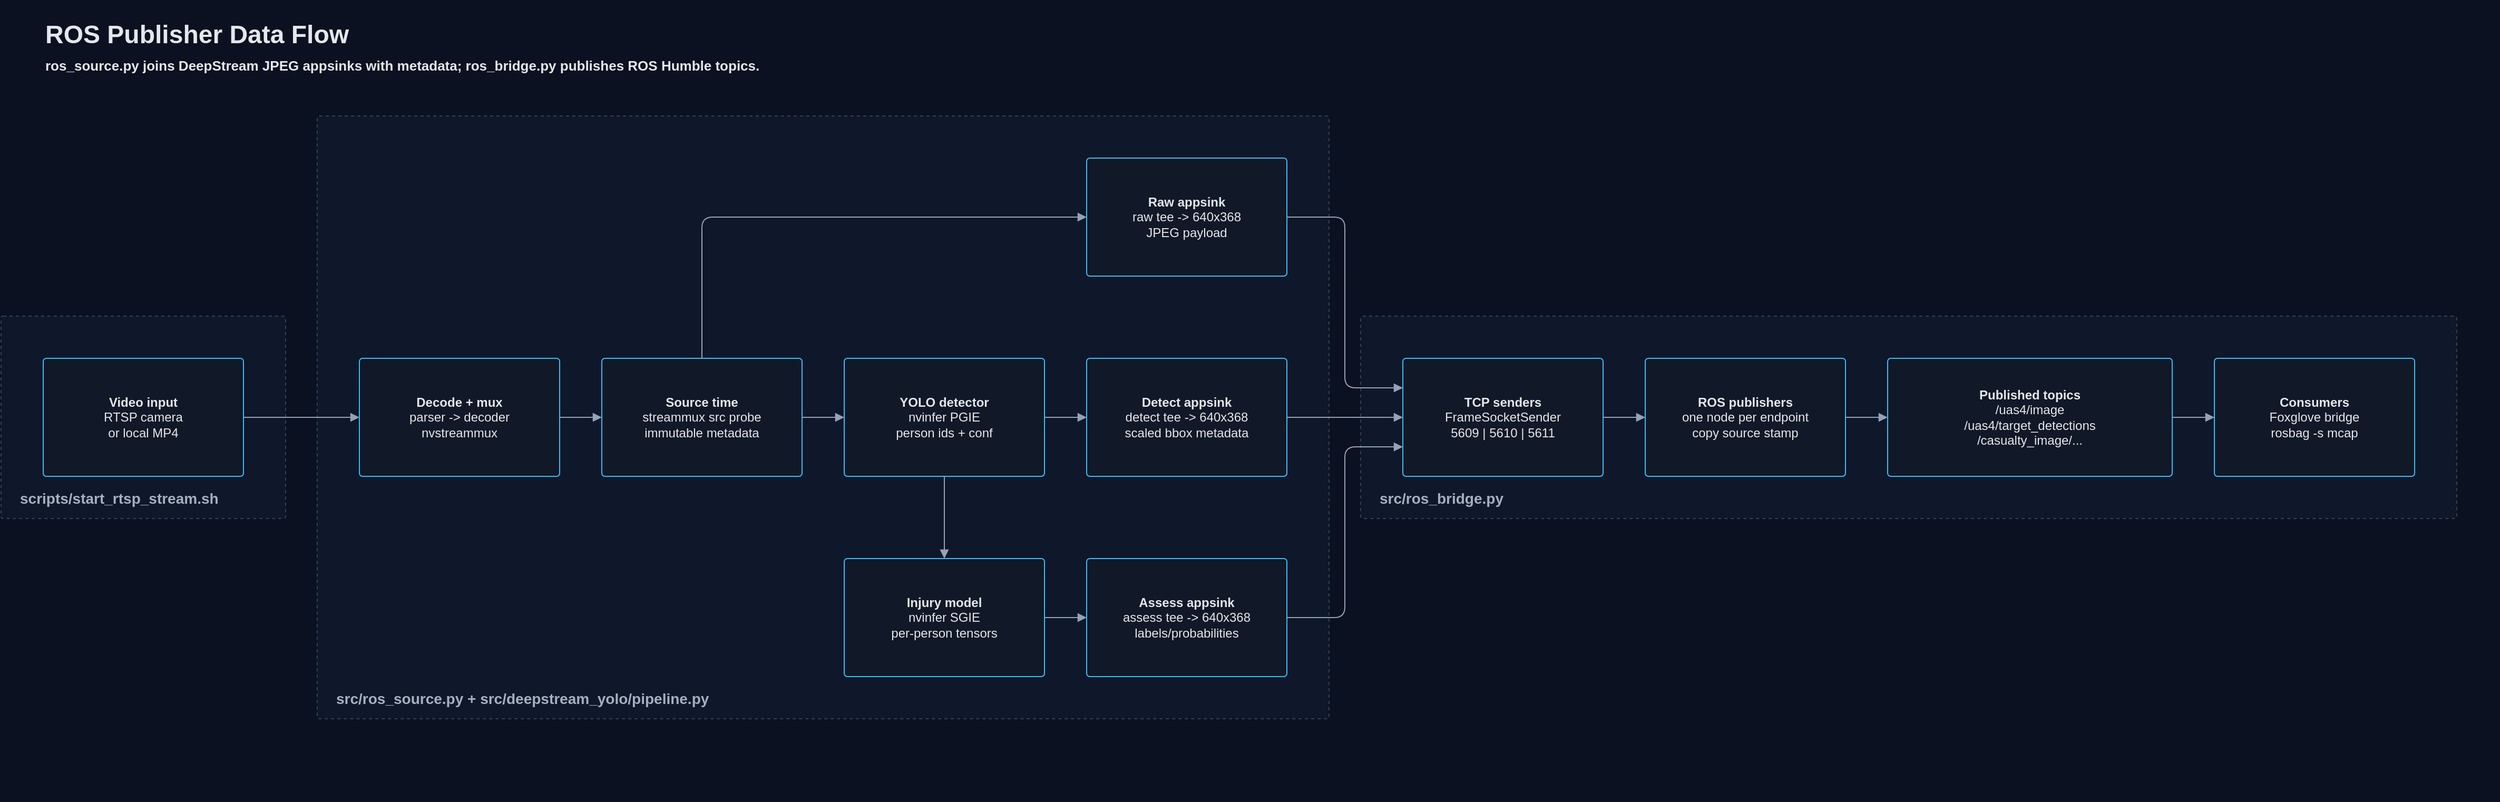
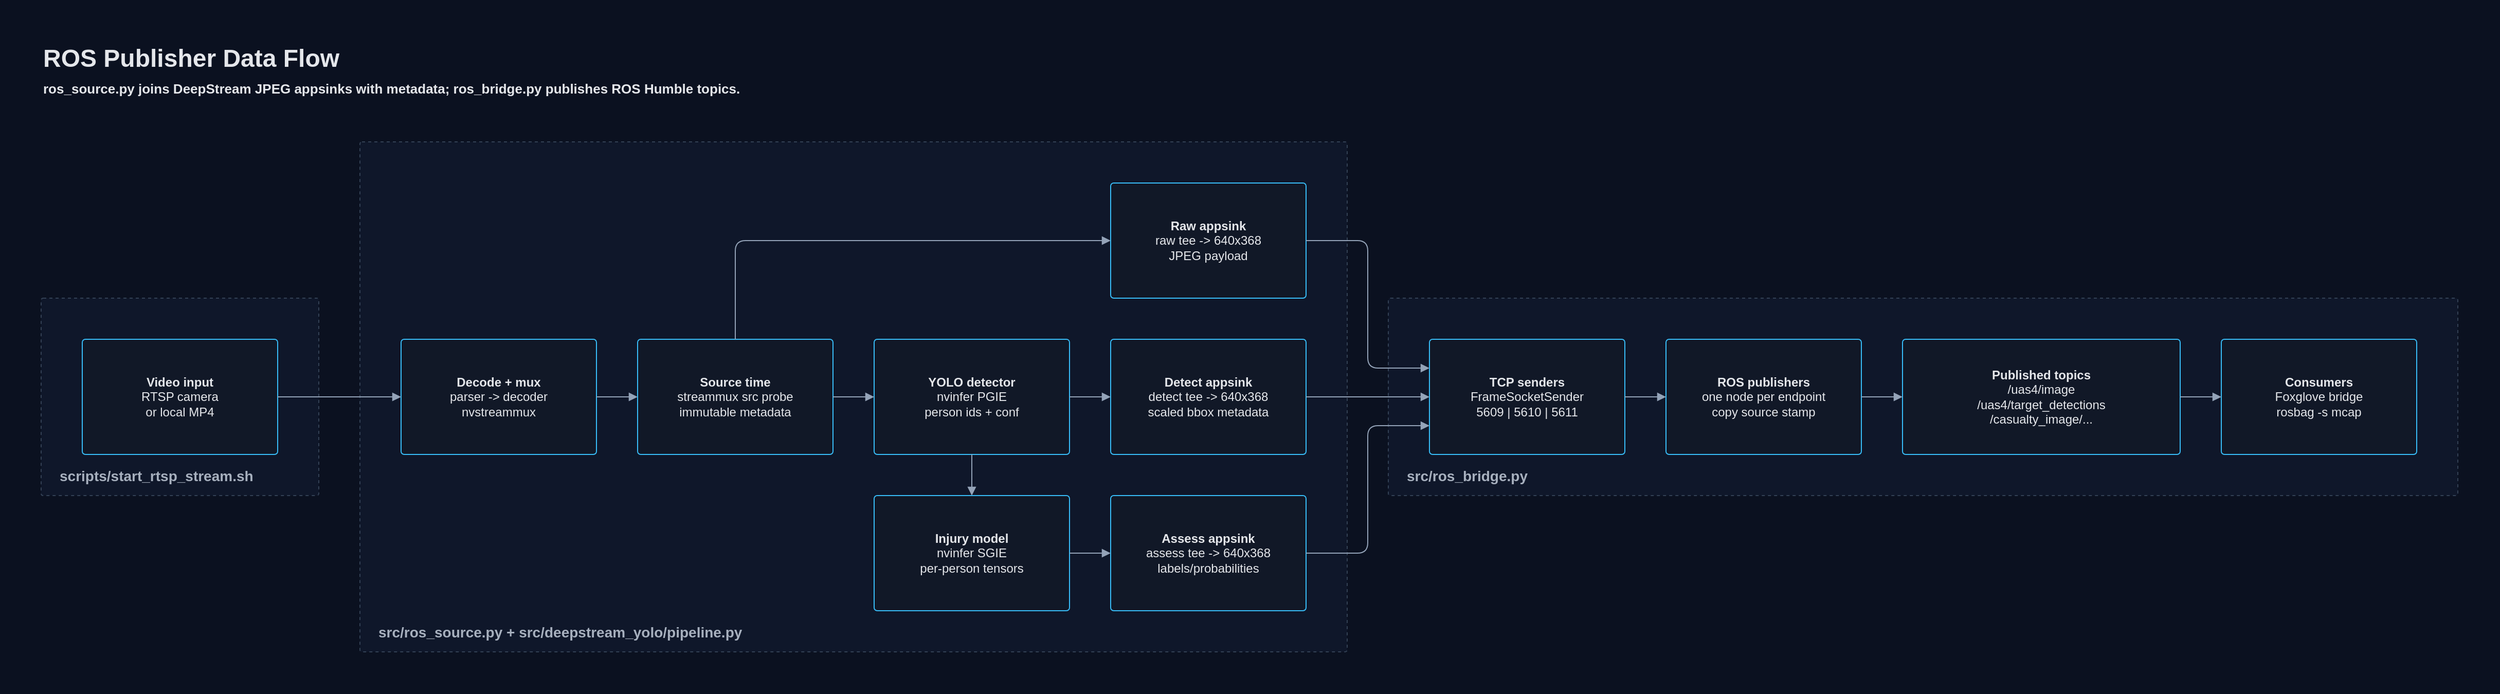
<?xml version="1.0" ?>
<mxfile host="app.diagrams.net" agent="Codex" version="24.7.17" type="device">
  <diagram id="data_flow" name="ROS Publisher Data Flow">
-     <mxGraphModel dx="1422" dy="794" grid="1" gridSize="10" guides="1" tooltips="1" connect="1" arrows="1" fold="1" page="1" pageScale="1" pageWidth="2370" pageHeight="760" background="#0b1120" math="0" shadow="0">
+     <mxGraphModel dx="1422" dy="794" grid="1" gridSize="10" guides="1" tooltips="1" connect="1" arrows="1" fold="1" page="1" pageScale="1" pageWidth="2430" pageHeight="674" background="#0b1120" math="0" shadow="0">
      <root>
        <mxCell id="0"/>
        <mxCell id="1" parent="0"/>
        <mxCell id="background" value="" style="rounded=0;whiteSpace=wrap;html=1;fillColor=#0b1120;strokeColor=none;" vertex="1" parent="1" connectable="0">
-           <mxGeometry x="0" y="0" width="2370" height="760" as="geometry"/>
+           <mxGeometry x="0" y="0" width="2430" height="674" as="geometry"/>
        </mxCell>
        <mxCell id="title" value="ROS Publisher Data Flow" style="text;html=1;strokeColor=none;fillColor=none;align=left;verticalAlign=middle;whiteSpace=wrap;rounded=0;fontSize=24;fontColor=#e5e7eb;fontStyle=1;" vertex="1" parent="1">
-           <mxGeometry x="40" y="16" width="700" height="34" as="geometry"/>
+           <mxGeometry x="40" y="40" width="700" height="34" as="geometry"/>
        </mxCell>
        <mxCell id="subtitle" value="ros_source.py joins DeepStream JPEG appsinks with metadata; ros_bridge.py publishes ROS Humble topics." style="text;html=1;strokeColor=none;fillColor=none;align=left;verticalAlign=middle;whiteSpace=wrap;rounded=0;fontSize=13;fontColor=#e5e7eb;fontStyle=1;" vertex="1" parent="1">
-           <mxGeometry x="40" y="50" width="1180" height="24" as="geometry"/>
+           <mxGeometry x="40" y="74" width="1180" height="24" as="geometry"/>
        </mxCell>
        <mxCell id="stream_group" value="" style="rounded=1;whiteSpace=wrap;html=1;arcSize=4;absoluteArcSize=1;fillColor=#0f172a;strokeColor=#334155;dashed=1;" vertex="1" parent="1" connectable="0">
-           <mxGeometry x="0" y="300" width="270" height="192" as="geometry"/>
+           <mxGeometry x="40" y="290" width="270" height="192" as="geometry"/>
        </mxCell>
        <mxCell id="stream_group_label" value="scripts/start_rtsp_stream.sh" style="text;html=1;strokeColor=none;fillColor=none;align=left;verticalAlign=bottom;whiteSpace=wrap;rounded=0;fontSize=14;fontColor=#a7b0be;fontStyle=1;" vertex="1" parent="1" connectable="0">
-           <mxGeometry x="16" y="460" width="238" height="24" as="geometry"/>
+           <mxGeometry x="56" y="450" width="238" height="24" as="geometry"/>
        </mxCell>
        <mxCell id="source_group" value="" style="rounded=1;whiteSpace=wrap;html=1;arcSize=4;absoluteArcSize=1;fillColor=#0f172a;strokeColor=#334155;dashed=1;" vertex="1" parent="1" connectable="0">
-           <mxGeometry x="300" y="110" width="960" height="572" as="geometry"/>
+           <mxGeometry x="350" y="138" width="960" height="496" as="geometry"/>
        </mxCell>
        <mxCell id="source_group_label" value="src/ros_source.py + src/deepstream_yolo/pipeline.py" style="text;html=1;strokeColor=none;fillColor=none;align=left;verticalAlign=bottom;whiteSpace=wrap;rounded=0;fontSize=14;fontColor=#a7b0be;fontStyle=1;" vertex="1" parent="1" connectable="0">
-           <mxGeometry x="316" y="650" width="928" height="24" as="geometry"/>
+           <mxGeometry x="366" y="602" width="928" height="24" as="geometry"/>
        </mxCell>
        <mxCell id="bridge_group" value="" style="rounded=1;whiteSpace=wrap;html=1;arcSize=4;absoluteArcSize=1;fillColor=#0f172a;strokeColor=#334155;dashed=1;" vertex="1" parent="1" connectable="0">
-           <mxGeometry x="1290" y="300" width="1040" height="192" as="geometry"/>
+           <mxGeometry x="1350" y="290" width="1040" height="192" as="geometry"/>
        </mxCell>
        <mxCell id="bridge_group_label" value="src/ros_bridge.py" style="text;html=1;strokeColor=none;fillColor=none;align=left;verticalAlign=bottom;whiteSpace=wrap;rounded=0;fontSize=14;fontColor=#a7b0be;fontStyle=1;" vertex="1" parent="1" connectable="0">
-           <mxGeometry x="1306" y="460" width="1008" height="24" as="geometry"/>
+           <mxGeometry x="1366" y="450" width="1008" height="24" as="geometry"/>
        </mxCell>
        <mxCell id="video" value="&lt;b&gt;Video input&lt;/b&gt;&lt;br&gt;RTSP camera&lt;br&gt;or local MP4" style="rounded=1;whiteSpace=wrap;html=1;arcSize=6;absoluteArcSize=1;fillColor=#111827;strokeColor=#38bdf8;fontColor=#e5e7eb;spacing=10;spacingTop=4;spacingBottom=4;shadow=0;" vertex="1" parent="1">
-           <mxGeometry x="40" y="340" width="190" height="112" as="geometry"/>
+           <mxGeometry x="80" y="330" width="190" height="112" as="geometry"/>
        </mxCell>
        <mxCell id="decode" value="&lt;b&gt;Decode + mux&lt;/b&gt;&lt;br&gt;parser -&amp;gt; decoder&lt;br&gt;nvstreammux" style="rounded=1;whiteSpace=wrap;html=1;arcSize=6;absoluteArcSize=1;fillColor=#111827;strokeColor=#38bdf8;fontColor=#e5e7eb;spacing=10;spacingTop=4;spacingBottom=4;shadow=0;" vertex="1" parent="1">
-           <mxGeometry x="340" y="340" width="190" height="112" as="geometry"/>
+           <mxGeometry x="390" y="330" width="190" height="112" as="geometry"/>
        </mxCell>
        <mxCell id="stamp" value="&lt;b&gt;Source time&lt;/b&gt;&lt;br&gt;streammux src probe&lt;br&gt;immutable metadata" style="rounded=1;whiteSpace=wrap;html=1;arcSize=6;absoluteArcSize=1;fillColor=#111827;strokeColor=#38bdf8;fontColor=#e5e7eb;spacing=10;spacingTop=4;spacingBottom=4;shadow=0;" vertex="1" parent="1">
-           <mxGeometry x="570" y="340" width="190" height="112" as="geometry"/>
+           <mxGeometry x="620" y="330" width="190" height="112" as="geometry"/>
        </mxCell>
        <mxCell id="raw" value="&lt;b&gt;Raw appsink&lt;/b&gt;&lt;br&gt;raw tee -&amp;gt; 640x368&lt;br&gt;JPEG payload" style="rounded=1;whiteSpace=wrap;html=1;arcSize=6;absoluteArcSize=1;fillColor=#111827;strokeColor=#38bdf8;fontColor=#e5e7eb;spacing=10;spacingTop=4;spacingBottom=4;shadow=0;" vertex="1" parent="1">
-           <mxGeometry x="1030" y="150" width="190" height="112" as="geometry"/>
+           <mxGeometry x="1080" y="178" width="190" height="112" as="geometry"/>
        </mxCell>
        <mxCell id="pgie" value="&lt;b&gt;YOLO detector&lt;/b&gt;&lt;br&gt;nvinfer PGIE&lt;br&gt;person ids + conf" style="rounded=1;whiteSpace=wrap;html=1;arcSize=6;absoluteArcSize=1;fillColor=#111827;strokeColor=#38bdf8;fontColor=#e5e7eb;spacing=10;spacingTop=4;spacingBottom=4;shadow=0;" vertex="1" parent="1">
-           <mxGeometry x="800" y="340" width="190" height="112" as="geometry"/>
+           <mxGeometry x="850" y="330" width="190" height="112" as="geometry"/>
        </mxCell>
        <mxCell id="detect" value="&lt;b&gt;Detect appsink&lt;/b&gt;&lt;br&gt;detect tee -&amp;gt; 640x368&lt;br&gt;scaled bbox metadata" style="rounded=1;whiteSpace=wrap;html=1;arcSize=6;absoluteArcSize=1;fillColor=#111827;strokeColor=#38bdf8;fontColor=#e5e7eb;spacing=10;spacingTop=4;spacingBottom=4;shadow=0;" vertex="1" parent="1">
-           <mxGeometry x="1030" y="340" width="190" height="112" as="geometry"/>
+           <mxGeometry x="1080" y="330" width="190" height="112" as="geometry"/>
        </mxCell>
        <mxCell id="sgie" value="&lt;b&gt;Injury model&lt;/b&gt;&lt;br&gt;nvinfer SGIE&lt;br&gt;per-person tensors" style="rounded=1;whiteSpace=wrap;html=1;arcSize=6;absoluteArcSize=1;fillColor=#111827;strokeColor=#38bdf8;fontColor=#e5e7eb;spacing=10;spacingTop=4;spacingBottom=4;shadow=0;" vertex="1" parent="1">
-           <mxGeometry x="800" y="530" width="190" height="112" as="geometry"/>
+           <mxGeometry x="850" y="482" width="190" height="112" as="geometry"/>
        </mxCell>
        <mxCell id="assess" value="&lt;b&gt;Assess appsink&lt;/b&gt;&lt;br&gt;assess tee -&amp;gt; 640x368&lt;br&gt;labels/probabilities" style="rounded=1;whiteSpace=wrap;html=1;arcSize=6;absoluteArcSize=1;fillColor=#111827;strokeColor=#38bdf8;fontColor=#e5e7eb;spacing=10;spacingTop=4;spacingBottom=4;shadow=0;" vertex="1" parent="1">
-           <mxGeometry x="1030" y="530" width="190" height="112" as="geometry"/>
+           <mxGeometry x="1080" y="482" width="190" height="112" as="geometry"/>
        </mxCell>
        <mxCell id="tcp" value="&lt;b&gt;TCP senders&lt;/b&gt;&lt;br&gt;FrameSocketSender&lt;br&gt;5609 | 5610 | 5611" style="rounded=1;whiteSpace=wrap;html=1;arcSize=6;absoluteArcSize=1;fillColor=#111827;strokeColor=#38bdf8;fontColor=#e5e7eb;spacing=10;spacingTop=4;spacingBottom=4;shadow=0;" vertex="1" parent="1">
-           <mxGeometry x="1330" y="340" width="190" height="112" as="geometry"/>
+           <mxGeometry x="1390" y="330" width="190" height="112" as="geometry"/>
        </mxCell>
        <mxCell id="builder" value="&lt;b&gt;ROS publishers&lt;/b&gt;&lt;br&gt;one node per endpoint&lt;br&gt;copy source stamp" style="rounded=1;whiteSpace=wrap;html=1;arcSize=6;absoluteArcSize=1;fillColor=#111827;strokeColor=#38bdf8;fontColor=#e5e7eb;spacing=10;spacingTop=4;spacingBottom=4;shadow=0;" vertex="1" parent="1">
-           <mxGeometry x="1560" y="340" width="190" height="112" as="geometry"/>
+           <mxGeometry x="1620" y="330" width="190" height="112" as="geometry"/>
        </mxCell>
        <mxCell id="topics" value="&lt;b&gt;Published topics&lt;/b&gt;&lt;br&gt;/uas4/image&lt;br&gt;/uas4/target_detections&lt;br&gt;/casualty_image/..." style="rounded=1;whiteSpace=wrap;html=1;arcSize=6;absoluteArcSize=1;fillColor=#111827;strokeColor=#38bdf8;fontColor=#e5e7eb;spacing=10;spacingTop=4;spacingBottom=4;shadow=0;" vertex="1" parent="1">
-           <mxGeometry x="1790" y="340" width="270" height="112" as="geometry"/>
+           <mxGeometry x="1850" y="330" width="270" height="112" as="geometry"/>
        </mxCell>
        <mxCell id="consumers" value="&lt;b&gt;Consumers&lt;/b&gt;&lt;br&gt;Foxglove bridge&lt;br&gt;rosbag -s mcap" style="rounded=1;whiteSpace=wrap;html=1;arcSize=6;absoluteArcSize=1;fillColor=#111827;strokeColor=#38bdf8;fontColor=#e5e7eb;spacing=10;spacingTop=4;spacingBottom=4;shadow=0;" vertex="1" parent="1">
-           <mxGeometry x="2100" y="340" width="190" height="112" as="geometry"/>
+           <mxGeometry x="2160" y="330" width="190" height="112" as="geometry"/>
        </mxCell>
        <mxCell id="edge_video_decode" value="" style="edgeStyle=orthogonalEdgeStyle;rounded=1;orthogonalLoop=1;jettySize=auto;html=1;endArrow=block;endFill=1;strokeColor=#94a3b8;fontColor=#a7b0be;exitX=1;exitY=0.5;exitDx=0;exitDy=0;entryX=0;entryY=0.5;entryDx=0;entryDy=0;" edge="1" parent="1" source="video" target="decode">
          <mxGeometry relative="1" as="geometry"/>
        </mxCell>
        <mxCell id="edge_decode_stamp" value="" style="edgeStyle=orthogonalEdgeStyle;rounded=1;orthogonalLoop=1;jettySize=auto;html=1;endArrow=block;endFill=1;strokeColor=#94a3b8;fontColor=#a7b0be;exitX=1;exitY=0.5;exitDx=0;exitDy=0;entryX=0;entryY=0.5;entryDx=0;entryDy=0;" edge="1" parent="1" source="decode" target="stamp">
          <mxGeometry relative="1" as="geometry"/>
        </mxCell>
        <mxCell id="edge_stamp_raw" value="" style="edgeStyle=orthogonalEdgeStyle;rounded=1;orthogonalLoop=1;jettySize=auto;html=1;endArrow=block;endFill=1;strokeColor=#94a3b8;fontColor=#a7b0be;exitX=0.5;exitY=0;exitDx=0;exitDy=0;entryX=0;entryY=0.5;entryDx=0;entryDy=0;" edge="1" parent="1" source="stamp" target="raw">
          <mxGeometry relative="1" as="geometry">
            <Array as="points">
-               <mxPoint x="665" y="206"/>
+               <mxPoint x="715" y="234"/>
            </Array>
          </mxGeometry>
        </mxCell>
        <mxCell id="edge_stamp_pgie" value="" style="edgeStyle=orthogonalEdgeStyle;rounded=1;orthogonalLoop=1;jettySize=auto;html=1;endArrow=block;endFill=1;strokeColor=#94a3b8;fontColor=#a7b0be;exitX=1;exitY=0.5;exitDx=0;exitDy=0;entryX=0;entryY=0.5;entryDx=0;entryDy=0;" edge="1" parent="1" source="stamp" target="pgie">
          <mxGeometry relative="1" as="geometry"/>
        </mxCell>
        <mxCell id="edge_pgie_detect" value="" style="edgeStyle=orthogonalEdgeStyle;rounded=1;orthogonalLoop=1;jettySize=auto;html=1;endArrow=block;endFill=1;strokeColor=#94a3b8;fontColor=#a7b0be;exitX=1;exitY=0.5;exitDx=0;exitDy=0;entryX=0;entryY=0.5;entryDx=0;entryDy=0;" edge="1" parent="1" source="pgie" target="detect">
          <mxGeometry relative="1" as="geometry"/>
        </mxCell>
        <mxCell id="edge_pgie_sgie" value="" style="edgeStyle=orthogonalEdgeStyle;rounded=1;orthogonalLoop=1;jettySize=auto;html=1;endArrow=block;endFill=1;strokeColor=#94a3b8;fontColor=#a7b0be;exitX=0.5;exitY=1;exitDx=0;exitDy=0;entryX=0.5;entryY=0;entryDx=0;entryDy=0;" edge="1" parent="1" source="pgie" target="sgie">
          <mxGeometry relative="1" as="geometry"/>
        </mxCell>
        <mxCell id="edge_sgie_assess" value="" style="edgeStyle=orthogonalEdgeStyle;rounded=1;orthogonalLoop=1;jettySize=auto;html=1;endArrow=block;endFill=1;strokeColor=#94a3b8;fontColor=#a7b0be;exitX=1;exitY=0.5;exitDx=0;exitDy=0;entryX=0;entryY=0.5;entryDx=0;entryDy=0;" edge="1" parent="1" source="sgie" target="assess">
          <mxGeometry relative="1" as="geometry"/>
        </mxCell>
        <mxCell id="edge_raw_tcp" value="" style="edgeStyle=orthogonalEdgeStyle;rounded=1;orthogonalLoop=1;jettySize=auto;html=1;endArrow=block;endFill=1;strokeColor=#94a3b8;fontColor=#a7b0be;exitX=1;exitY=0.5;exitDx=0;exitDy=0;entryX=0;entryY=0.25;entryDx=0;entryDy=0;" edge="1" parent="1" source="raw" target="tcp">
          <mxGeometry relative="1" as="geometry">
            <Array as="points">
-               <mxPoint x="1275" y="206"/>
-               <mxPoint x="1275" y="368"/>
+               <mxPoint x="1330" y="234"/>
+               <mxPoint x="1330" y="358"/>
            </Array>
          </mxGeometry>
        </mxCell>
        <mxCell id="edge_detect_tcp" value="" style="edgeStyle=orthogonalEdgeStyle;rounded=1;orthogonalLoop=1;jettySize=auto;html=1;endArrow=block;endFill=1;strokeColor=#94a3b8;fontColor=#a7b0be;exitX=1;exitY=0.5;exitDx=0;exitDy=0;entryX=0;entryY=0.5;entryDx=0;entryDy=0;" edge="1" parent="1" source="detect" target="tcp">
          <mxGeometry relative="1" as="geometry"/>
        </mxCell>
        <mxCell id="edge_assess_tcp" value="" style="edgeStyle=orthogonalEdgeStyle;rounded=1;orthogonalLoop=1;jettySize=auto;html=1;endArrow=block;endFill=1;strokeColor=#94a3b8;fontColor=#a7b0be;exitX=1;exitY=0.5;exitDx=0;exitDy=0;entryX=0;entryY=0.75;entryDx=0;entryDy=0;" edge="1" parent="1" source="assess" target="tcp">
          <mxGeometry relative="1" as="geometry">
            <Array as="points">
-               <mxPoint x="1275" y="586"/>
-               <mxPoint x="1275" y="424"/>
+               <mxPoint x="1330" y="538"/>
+               <mxPoint x="1330" y="414"/>
            </Array>
          </mxGeometry>
        </mxCell>
        <mxCell id="edge_tcp_builder" value="" style="edgeStyle=orthogonalEdgeStyle;rounded=1;orthogonalLoop=1;jettySize=auto;html=1;endArrow=block;endFill=1;strokeColor=#94a3b8;fontColor=#a7b0be;exitX=1;exitY=0.5;exitDx=0;exitDy=0;entryX=0;entryY=0.5;entryDx=0;entryDy=0;" edge="1" parent="1" source="tcp" target="builder">
          <mxGeometry relative="1" as="geometry"/>
        </mxCell>
        <mxCell id="edge_builder_topics" value="" style="edgeStyle=orthogonalEdgeStyle;rounded=1;orthogonalLoop=1;jettySize=auto;html=1;endArrow=block;endFill=1;strokeColor=#94a3b8;fontColor=#a7b0be;exitX=1;exitY=0.5;exitDx=0;exitDy=0;entryX=0;entryY=0.5;entryDx=0;entryDy=0;" edge="1" parent="1" source="builder" target="topics">
          <mxGeometry relative="1" as="geometry"/>
        </mxCell>
        <mxCell id="edge_topics_consumers" value="" style="edgeStyle=orthogonalEdgeStyle;rounded=1;orthogonalLoop=1;jettySize=auto;html=1;endArrow=block;endFill=1;strokeColor=#94a3b8;fontColor=#a7b0be;exitX=1;exitY=0.5;exitDx=0;exitDy=0;entryX=0;entryY=0.5;entryDx=0;entryDy=0;" edge="1" parent="1" source="topics" target="consumers">
          <mxGeometry relative="1" as="geometry"/>
        </mxCell>
      </root>
    </mxGraphModel>
  </diagram>
</mxfile>
